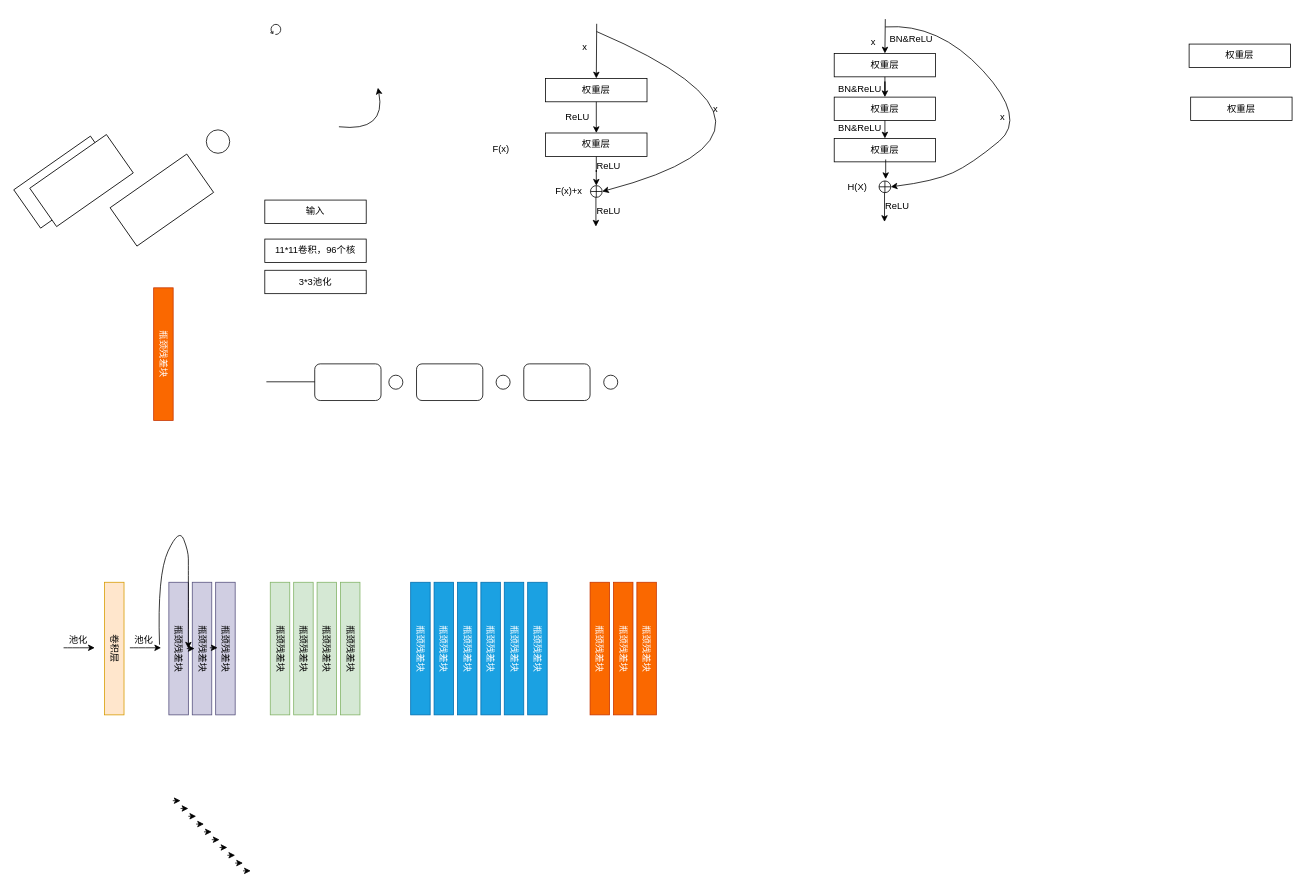
This is img/ResNet50结构图.drawio from xjhjinhui/Hydraplus_Net, a draw.io file, before an edit. Source tidied: cells renumbered, new cells numbered last; positions are measured from the earlier drawing's top-left corner, leaving out a move shared by most shapes. Both pictures are drawn from the tidied source at 78%, with x=0, y=0 at pixel (18, 19).
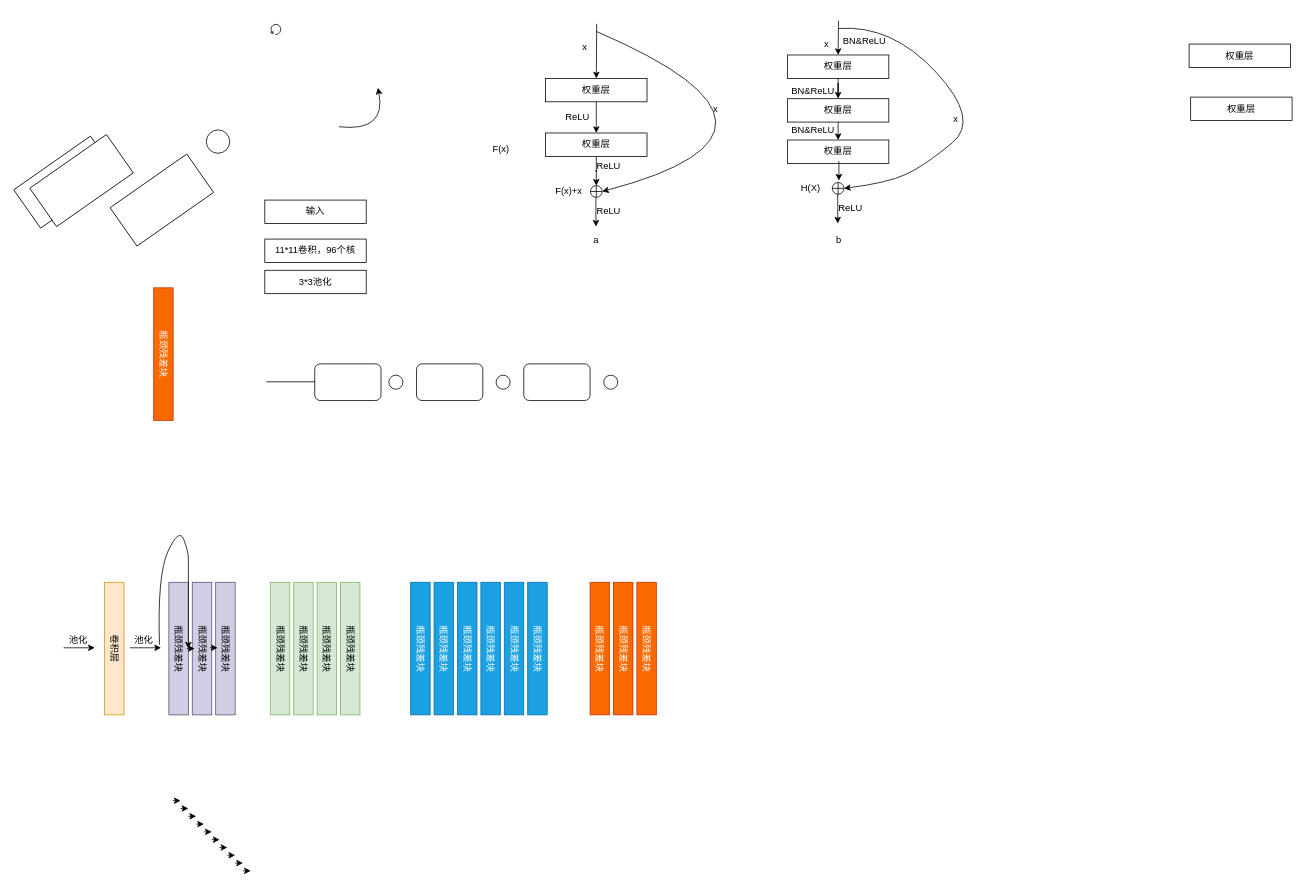
Above is the later version.

Commit message:
更新ResNet50结构图.drawio

What changed in the source:
```diff
@@
+    <mxCell id="84" value="权重层" style="rounded=0;whiteSpace=wrap;html=1;shadow=0;" parent="1" vertex="1">
+      <mxGeometry x="1501" y="32" width="130" height="30" as="geometry" />
+    </mxCell>
+    <mxCell id="85" value="权重层" style="rounded=0;whiteSpace=wrap;html=1;shadow=0;" parent="1" vertex="1">
+      <mxGeometry x="1503" y="100" width="130" height="30" as="geometry" />
+    </mxCell>
+    <mxCell id="90" style="group;" parent="1" vertex="1">
+      <mxGeometry x="986" y="2" width="247" height="260" as="geometry" />
+    </mxCell>
-    <mxCell id="71" value="权重层" style="rounded=0;whiteSpace=wrap;html=1;shadow=0;" parent="1" vertex="1">
-      <mxGeometry x="1046" y="44" width="130" height="30" as="geometry" />
+    <mxCell id="71" value="权重层" style="rounded=0;whiteSpace=wrap;html=1;shadow=0;" parent="90" vertex="1">
+      <mxGeometry y="44" width="130" height="30" as="geometry" />
     </mxCell>
-    <mxCell id="72" value="权重层" style="rounded=0;whiteSpace=wrap;html=1;shadow=0;" parent="1" vertex="1">
-      <mxGeometry x="1046" y="100" width="130" height="30" as="geometry" />
+    <mxCell id="72" value="权重层" style="rounded=0;whiteSpace=wrap;html=1;shadow=0;" parent="90" vertex="1">
+      <mxGeometry y="100" width="130" height="30" as="geometry" />
     </mxCell>
-    <mxCell id="73" style="edgeStyle=orthogonalEdgeStyle;rounded=0;jettySize=auto;html=1;shadow=0;" parent="1" edge="1" source="71" target="72">
+    <mxCell id="73" style="edgeStyle=orthogonalEdgeStyle;rounded=0;jettySize=auto;html=1;shadow=0;" parent="90" edge="1" source="71" target="72">
       <mxGeometry relative="1" as="geometry" />
     </mxCell>
-    <mxCell id="74" style="endArrow=classic;html=1;entryX=0.5;entryY=0;entryDx=0;entryDy=0;shadow=0;" parent="1" edge="1" target="71">
+    <mxCell id="74" style="endArrow=classic;html=1;entryX=0.5;entryY=0;entryDx=0;entryDy=0;shadow=0;" parent="90" edge="1" target="71">
       <mxGeometry relative="1" as="geometry">
-        <mxPoint x="1111.5" as="sourcePoint" />
+        <mxPoint x="65.5" as="sourcePoint" />
       </mxGeometry>
     </mxCell>
-    <mxCell id="75" value="x" style="text;html=1;align=center;verticalAlign=middle;shadow=0;" parent="1" vertex="1">
-      <mxGeometry x="1086" y="20" width="20" height="20" as="geometry" />
+    <mxCell id="75" value="x" style="text;html=1;align=center;verticalAlign=middle;shadow=0;" parent="90" vertex="1">
+      <mxGeometry x="40" y="20" width="20" height="20" as="geometry" />
     </mxCell>
-    <mxCell id="76" style="shape=orEllipse;perimeter=ellipsePerimeter;whiteSpace=wrap;html=1;backgroundOutline=1;shadow=0;" parent="1" vertex="1">
-      <mxGeometry x="1103.5" y="207.5" width="15" height="15" as="geometry" />
+    <mxCell id="76" style="shape=orEllipse;perimeter=ellipsePerimeter;whiteSpace=wrap;html=1;backgroundOutline=1;shadow=0;" parent="90" vertex="1">
+      <mxGeometry x="57.5" y="207.5" width="15" height="15" as="geometry" />
     </mxCell>
-    <mxCell id="77" style="endArrow=classic;html=1;entryX=1;entryY=0.5;entryDx=0;entryDy=0;curved=1;shadow=0;" parent="1" edge="1" target="76">
+    <mxCell id="77" style="endArrow=classic;html=1;entryX=1;entryY=0.5;entryDx=0;entryDy=0;shadow=0;curved=1;" parent="90" edge="1" target="76">
       <mxGeometry relative="1" as="geometry">
-        <mxPoint x="1111.5" y="10" as="sourcePoint" />
+        <mxPoint x="65.5" y="10" as="sourcePoint" />
         <Array as="points">
-          <mxPoint x="1180" y="5" />
-          <mxPoint x="1293" y="127" />
-          <mxPoint x="1222" y="186" />
-          <mxPoint x="1174" y="208" />
+          <mxPoint x="134" y="5" />
+          <mxPoint x="247" y="127" />
+          <mxPoint x="176" y="186" />
+          <mxPoint x="128" y="208" />
         </Array>
       </mxGeometry>
     </mxCell>
-    <mxCell id="78" value="x" style="text;html=1;strokeColor=none;fillColor=none;align=center;verticalAlign=middle;whiteSpace=wrap;rounded=0;shadow=0;" parent="1" vertex="1">
-      <mxGeometry x="1241.5" y="116" width="40" height="20" as="geometry" />
+    <mxCell id="78" value="x" style="text;html=1;strokeColor=none;fillColor=none;align=center;verticalAlign=middle;whiteSpace=wrap;rounded=0;shadow=0;" parent="90" vertex="1">
+      <mxGeometry x="195.5" y="116" width="40" height="20" as="geometry" />
     </mxCell>
-    <mxCell id="79" value="BN&amp;amp;ReLU" style="text;html=1;strokeColor=none;fillColor=none;align=center;verticalAlign=middle;whiteSpace=wrap;rounded=0;shadow=0;" parent="1" vertex="1">
-      <mxGeometry x="1059" y="80" width="40" height="20" as="geometry" />
+    <mxCell id="79" value="BN&amp;amp;ReLU" style="text;html=1;strokeColor=none;fillColor=none;align=center;verticalAlign=middle;whiteSpace=wrap;rounded=0;shadow=0;" parent="90" vertex="1">
+      <mxGeometry x="13" y="80" width="40" height="20" as="geometry" />
     </mxCell>
-    <mxCell id="80" style="endArrow=classic;html=1;shadow=0;" parent="1" edge="1">
+    <mxCell id="80" style="endArrow=classic;html=1;shadow=0;" parent="90" edge="1">
       <mxGeometry relative="1" as="geometry">
-        <mxPoint x="1110.5" y="222.5" as="sourcePoint" />
-        <mxPoint x="1110.5" y="260" as="targetPoint" />
+        <mxPoint x="64.5" y="222.5" as="sourcePoint" />
+        <mxPoint x="64.5" y="260" as="targetPoint" />
       </mxGeometry>
     </mxCell>
-    <mxCell id="81" value="H(X)" style="text;html=1;strokeColor=none;fillColor=none;align=center;verticalAlign=middle;whiteSpace=wrap;rounded=0;shadow=0;" parent="1" vertex="1">
-      <mxGeometry x="1056" y="205" width="40" height="20" as="geometry" />
+    <mxCell id="81" value="H(X)" style="text;html=1;strokeColor=none;fillColor=none;align=center;verticalAlign=middle;whiteSpace=wrap;rounded=0;shadow=0;" parent="90" vertex="1">
+      <mxGeometry x="10" y="205" width="40" height="20" as="geometry" />
     </mxCell>
-    <mxCell id="82" value="ReLU" style="text;html=1;strokeColor=none;fillColor=none;align=center;verticalAlign=middle;whiteSpace=wrap;rounded=0;shadow=0;" parent="1" vertex="1">
-      <mxGeometry x="1106.5" y="230" width="40" height="20" as="geometry" />
+    <mxCell id="82" value="ReLU" style="text;html=1;strokeColor=none;fillColor=none;align=center;verticalAlign=middle;whiteSpace=wrap;rounded=0;shadow=0;" parent="90" vertex="1">
+      <mxGeometry x="60.5" y="230" width="40" height="20" as="geometry" />
     </mxCell>
-    <mxCell id="83" value="权重层" style="rounded=0;whiteSpace=wrap;html=1;shadow=0;" parent="1" vertex="1">
-      <mxGeometry x="1046" y="153" width="130" height="30" as="geometry" />
+    <mxCell id="83" value="权重层" style="rounded=0;whiteSpace=wrap;html=1;shadow=0;" parent="90" vertex="1">
+      <mxGeometry y="153" width="130" height="30" as="geometry" />
     </mxCell>
-    <mxCell id="84" value="权重层" style="rounded=0;whiteSpace=wrap;html=1;shadow=0;" parent="1" vertex="1">
-      <mxGeometry x="1501" y="32" width="130" height="30" as="geometry" />
-    </mxCell>
-    <mxCell id="85" value="权重层" style="rounded=0;whiteSpace=wrap;html=1;shadow=0;" parent="1" vertex="1">
-      <mxGeometry x="1503" y="100" width="130" height="30" as="geometry" />
-    </mxCell>
-    <mxCell id="86" style="endArrow=classic;html=1;shadow=0;exitX=0.5;exitY=1;exitDx=0;exitDy=0;entryX=0.5;entryY=0;entryDx=0;entryDy=0;" parent="1" edge="1" source="72" target="83">
+    <mxCell id="86" style="endArrow=classic;html=1;shadow=0;exitX=0.5;exitY=1;exitDx=0;exitDy=0;entryX=0.5;entryY=0;entryDx=0;entryDy=0;" parent="90" edge="1" source="72" target="83">
       <mxGeometry relative="1" as="geometry" />
     </mxCell>
-    <mxCell id="87" style="endArrow=classic;html=1;shadow=0;" parent="1" edge="1">
+    <mxCell id="87" style="endArrow=classic;html=1;shadow=0;" parent="90" edge="1">
       <mxGeometry relative="1" as="geometry">
-        <mxPoint x="1112" y="180" as="sourcePoint" />
-        <mxPoint x="1112" y="205" as="targetPoint" />
+        <mxPoint x="66" y="180" as="sourcePoint" />
+        <mxPoint x="66" y="205" as="targetPoint" />
       </mxGeometry>
     </mxCell>
-    <mxCell id="88" value="BN&amp;amp;ReLU" style="text;html=1;strokeColor=none;fillColor=none;align=center;verticalAlign=middle;whiteSpace=wrap;rounded=0;shadow=0;" parent="1" vertex="1">
-      <mxGeometry x="1059" y="130" width="40" height="20" as="geometry" />
+    <mxCell id="88" value="BN&amp;amp;ReLU" style="text;html=1;strokeColor=none;fillColor=none;align=center;verticalAlign=middle;whiteSpace=wrap;rounded=0;shadow=0;" parent="90" vertex="1">
+      <mxGeometry x="13" y="130" width="40" height="20" as="geometry" />
     </mxCell>
-    <mxCell id="89" value="BN&amp;amp;ReLU" style="text;html=1;strokeColor=none;fillColor=none;align=center;verticalAlign=middle;whiteSpace=wrap;rounded=0;shadow=0;" parent="1" vertex="1">
-      <mxGeometry x="1125" y="16" width="40" height="20" as="geometry" />
+    <mxCell id="89" value="BN&amp;amp;ReLU" style="text;html=1;strokeColor=none;fillColor=none;align=center;verticalAlign=middle;whiteSpace=wrap;rounded=0;shadow=0;" parent="90" vertex="1">
+      <mxGeometry x="79" y="16" width="40" height="20" as="geometry" />
     </mxCell>
+    <mxCell id="91" value="a" style="text;html=1;strokeColor=none;fillColor=none;align=center;verticalAlign=middle;whiteSpace=wrap;rounded=0;shadow=0;" parent="1" vertex="1">
+      <mxGeometry x="720.5" y="273" width="40" height="20" as="geometry" />
+    </mxCell>
+    <mxCell id="92" value="b" style="text;html=1;strokeColor=none;fillColor=none;align=center;verticalAlign=middle;whiteSpace=wrap;rounded=0;shadow=0;" parent="1" vertex="1">
+      <mxGeometry x="1032" y="273" width="40" height="20" as="geometry" />
+    </mxCell>
```
